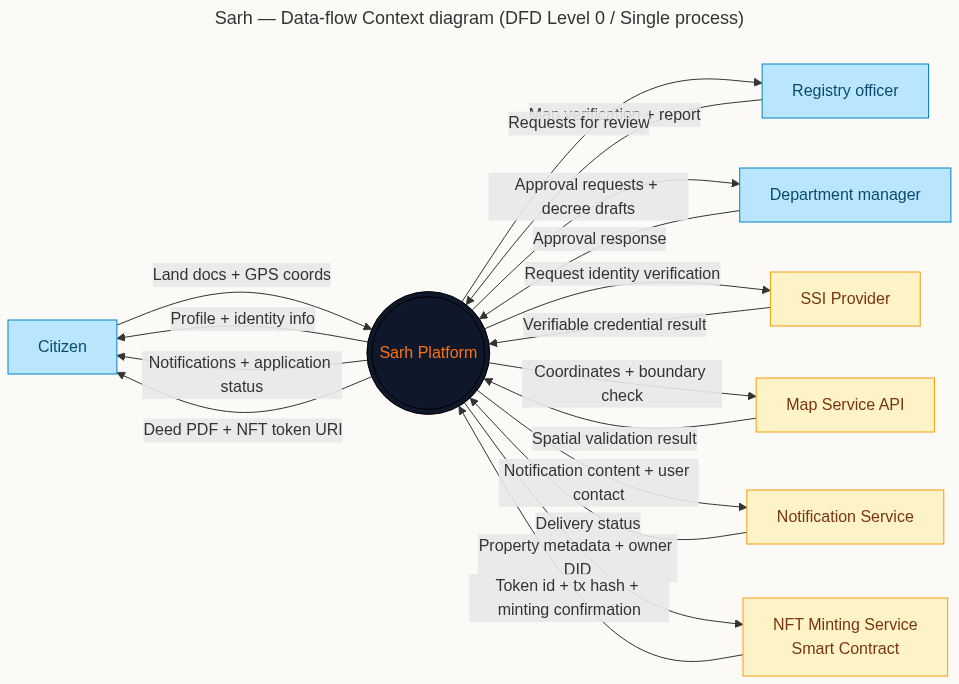
This is docs/diagrams/dfd-level0-context.png from AliBelaid/Sarh, a Mermaid export, as it was before one commit. Its source is kept beside it as docs/diagrams/dfd-level0-context.mmd. Its diagram source:
```mermaid
---
title: Sarh — Data-flow Context diagram (DFD Level 0 / Single process)
---
flowchart LR
    classDef ext   fill:#bae6fd,stroke:#0284c7,color:#0c4a6e
    classDef sarh  fill:#0F172A,stroke:#000,color:#F97316,rx:80,ry:80
    classDef svc   fill:#fef3c7,stroke:#f59e0b,color:#78350f

    Citizen[Citizen]:::ext
    Officer[Registry officer]:::ext
    Manager[Department manager]:::ext

    SARH(((Sarh Platform))):::sarh

    SSI[SSI Provider]:::svc
    MAP[Map Service API]:::svc
    NOTIF[Notification Service]:::svc
    NFT[NFT Minting Service<br/>Smart Contract]:::svc

    Citizen -->|"Land docs + GPS coords"| SARH
    SARH -->|"Profile + identity info"| Citizen
    SARH -->|"Notifications + application status"| Citizen
    SARH -->|"Deed PDF + NFT token URI"| Citizen

    Officer -->|"Map verification + report"| SARH
    SARH -->|"Requests for review"| Officer

    Manager -->|"Approval response"| SARH
    SARH -->|"Approval requests + decree drafts"| Manager

    SARH -->|"Request identity verification"| SSI
    SSI -->|"Verifiable credential result"| SARH

    SARH -->|"Coordinates + boundary check"| MAP
    MAP -->|"Spatial validation result"| SARH

    SARH -->|"Notification content + user contact"| NOTIF
    NOTIF -->|"Delivery status"| SARH

    SARH -->|"Property metadata + owner DID"| NFT
    NFT -->|"Token id + tx hash + minting confirmation"| SARH
```
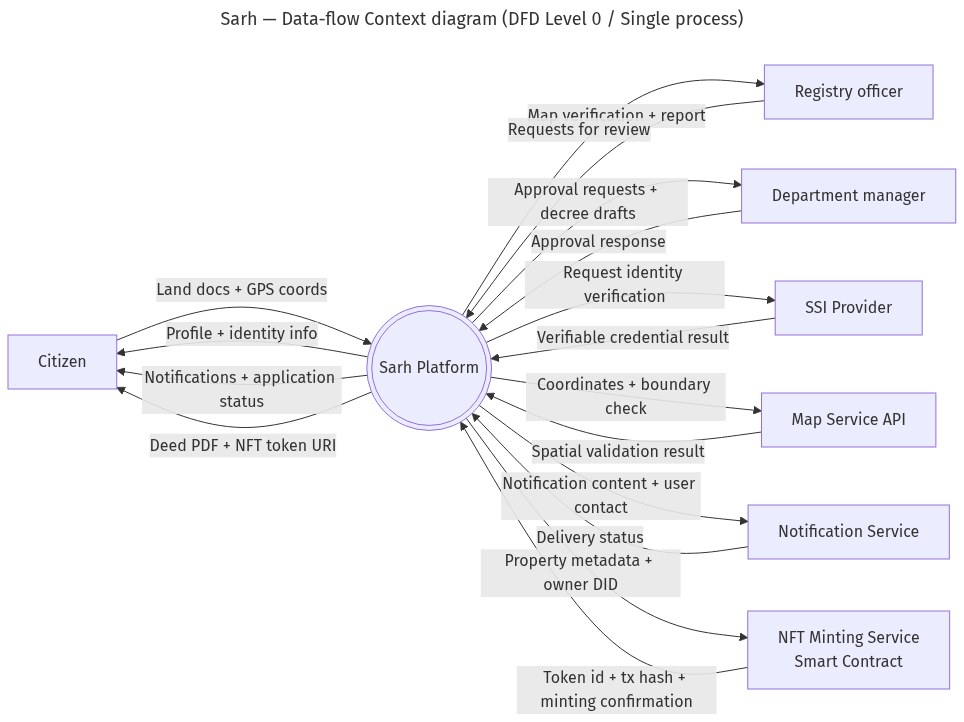
Later version of the same file.

What changed in the source:
```diff
@@ -2,20 +2,17 @@
 title: Sarh — Data-flow Context diagram (DFD Level 0 / Single process)
 ---
 flowchart LR
-    classDef ext   fill:#bae6fd,stroke:#0284c7,color:#0c4a6e
-    classDef sarh  fill:#0F172A,stroke:#000,color:#F97316,rx:80,ry:80
-    classDef svc   fill:#fef3c7,stroke:#f59e0b,color:#78350f
 
-    Citizen[Citizen]:::ext
-    Officer[Registry officer]:::ext
-    Manager[Department manager]:::ext
+    Citizen[Citizen]
+    Officer[Registry officer]
+    Manager[Department manager]
 
-    SARH(((Sarh Platform))):::sarh
+    SARH(((Sarh Platform)))
 
-    SSI[SSI Provider]:::svc
-    MAP[Map Service API]:::svc
-    NOTIF[Notification Service]:::svc
-    NFT[NFT Minting Service<br/>Smart Contract]:::svc
+    SSI[SSI Provider]
+    MAP[Map Service API]
+    NOTIF[Notification Service]
+    NFT[NFT Minting Service<br/>Smart Contract]
 
     Citizen -->|"Land docs + GPS coords"| SARH
     SARH -->|"Profile + identity info"| Citizen
```
